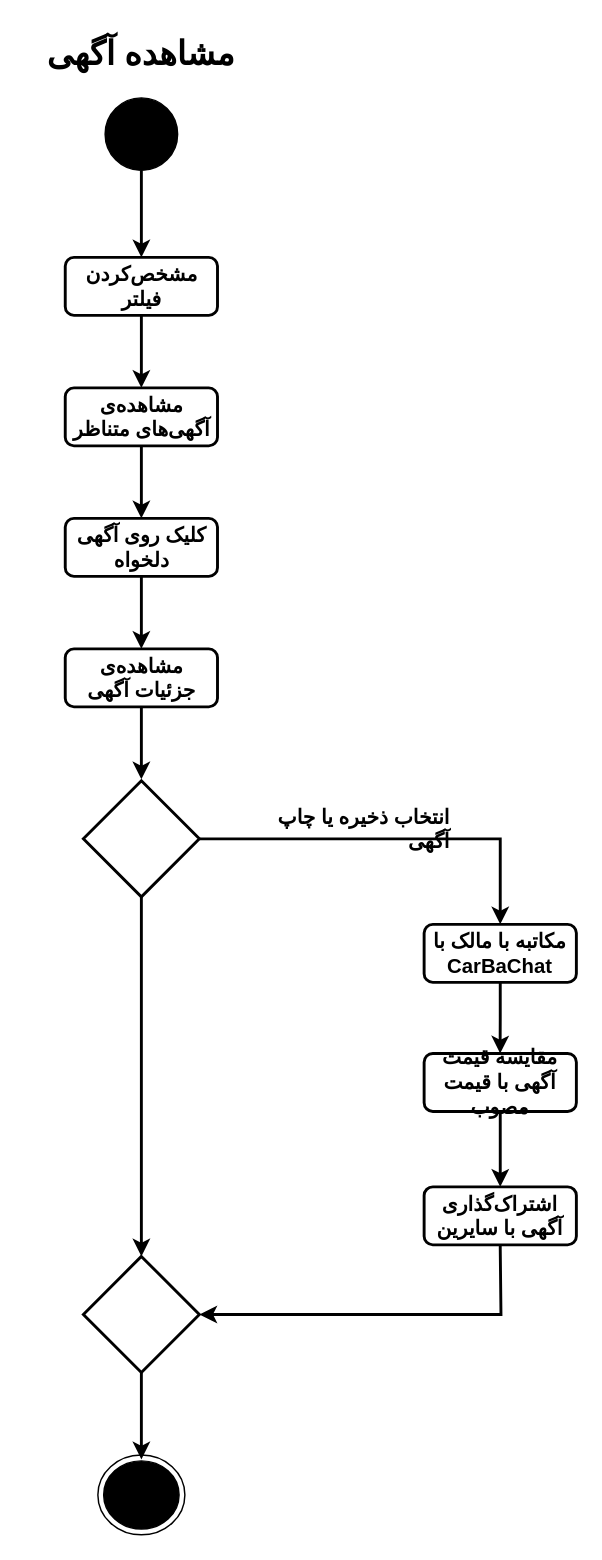
Above: page "Represent" (3 of 24) of ActivityDiagram/MiddleWare_CarBaMaActivityDiagram.drawio in MelvinMo/CarBaMa_Automotive-Sale-Application (draw.io), before the change. Source tidied: cells renumbered, new cells numbered last; positions are measured from the earlier drawing's top-left corner, leaving out a move shared by most shapes. Both pictures are drawn from the tidied source at 145%, with x=0, y=0 at pixel (25, 25).
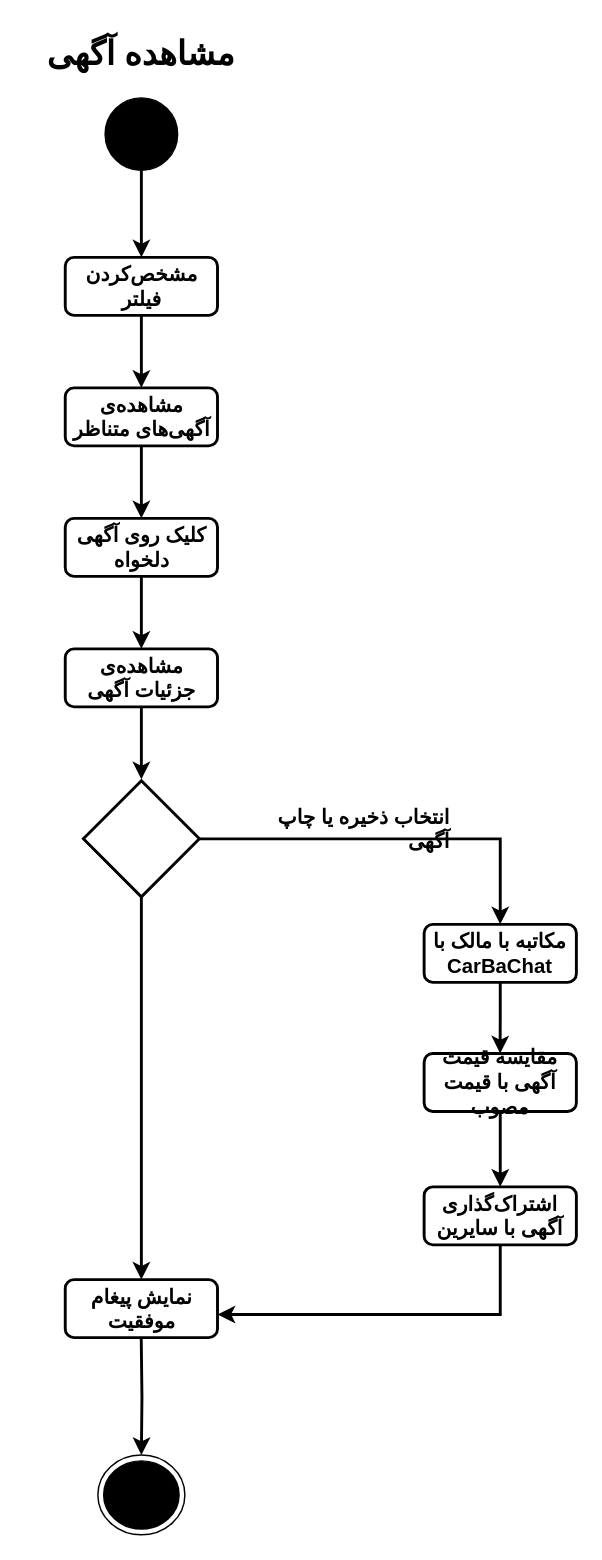
Above is the later version.

The change refers to these unchanged cells:
```xml
<mxCell id="4" style="ellipse;html=1;shape=endState;fillColor=#000000;strokeColor=#000000;" parent="1" vertex="1">
  <mxGeometry x="50" y="986" width="60" height="55" as="geometry" />
</mxCell>
<mxCell id="12" style="rhombus;whiteSpace=wrap;html=1;strokeColor=#000000;strokeWidth=2;" parent="1" vertex="1">
  <mxGeometry x="40" y="521" width="80" height="80" as="geometry" />
</mxCell>
<mxCell id="22" value="&lt;font style=&quot;font-size: 14px&quot;&gt;&lt;b&gt;اشتراک‌گذاری آگهی با سایرین&lt;/b&gt;&lt;/font&gt;" style="rounded=1;whiteSpace=wrap;html=1;strokeColor=#000000;fillColor=none;strokeWidth=2;" parent="1" vertex="1">
  <mxGeometry x="275" y="801" width="105" height="40" as="geometry" />
</mxCell>
```

The edit, as a diff of the source:
```diff
@@
-    <mxCell id="11" style="edgeStyle=orthogonalEdgeStyle;rounded=0;jettySize=auto;html=1;strokeColor=#000000;strokeWidth=2;" parent="1" edge="1" source="12" target="14">
+    <mxCell id="11" style="edgeStyle=orthogonalEdgeStyle;rounded=0;jettySize=auto;html=1;strokeColor=#000000;strokeWidth=2;entryX=0.5;entryY=0;entryDx=0;entryDy=0;" parent="1" edge="1" source="12" target="26">
       <mxGeometry relative="1" as="geometry" />
     </mxCell>
@@
-    <mxCell id="13" style="edgeStyle=orthogonalEdgeStyle;rounded=0;jettySize=auto;html=1;strokeColor=#000000;strokeWidth=2;" parent="1" edge="1" source="14">
+    <mxCell id="13" style="edgeStyle=orthogonalEdgeStyle;rounded=0;jettySize=auto;html=1;strokeColor=#000000;strokeWidth=2;entryX=0.5;entryY=0;entryDx=0;entryDy=0;" parent="1" edge="1" target="4">
       <mxGeometry relative="1" as="geometry">
-        <mxPoint x="80" y="989" as="targetPoint" />
+        <mxPoint x="79.9" y="905" as="sourcePoint" />
       </mxGeometry>
     </mxCell>
-    <mxCell id="14" style="rhombus;whiteSpace=wrap;html=1;strokeColor=#000000;strokeWidth=2;" parent="1" vertex="1">
-      <mxGeometry x="40" y="849" width="80" height="80" as="geometry" />
-    </mxCell>
-    <mxCell id="15" style="edgeStyle=orthogonalEdgeStyle;rounded=0;jettySize=auto;html=1;entryX=1;entryY=0.5;entryDx=0;entryDy=0;strokeColor=#000000;strokeWidth=2;exitX=0.5;exitY=1;exitDx=0;exitDy=0;" parent="1" edge="1" source="22" target="14">
+    <mxCell id="15" style="edgeStyle=orthogonalEdgeStyle;rounded=0;jettySize=auto;html=1;strokeColor=#000000;strokeWidth=2;exitX=0.5;exitY=1;exitDx=0;exitDy=0;" parent="1" edge="1" source="22" target="26">
       <mxGeometry relative="1" as="geometry">
         <Array as="points">
-          <mxPoint x="328" y="844" />
-          <mxPoint x="328" y="844" />
           <mxPoint x="328" y="889" />
         </Array>
       </mxGeometry>
     </mxCell>
@@
+    <mxCell id="26" value="&lt;span style=&quot;font-size: 14px;&quot;&gt;&lt;b&gt;نمایش پیغام موفقیت&lt;/b&gt;&lt;/span&gt;" style="rounded=1;whiteSpace=wrap;html=1;strokeColor=#000000;fillColor=none;strokeWidth=2;" parent="1" vertex="1">
+      <mxGeometry x="27.5" y="865" width="105" height="40" as="geometry" />
+    </mxCell>
```
